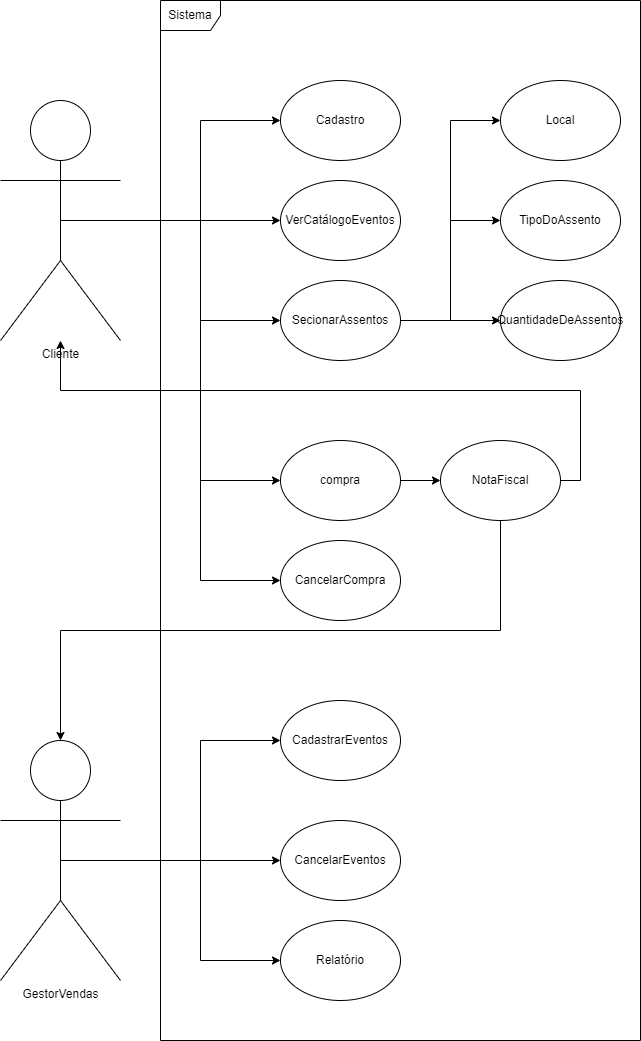
Before: teste.drawio.png, a diagram exported from draw.io (Zaibam/Desenvolvimento-De-Sistemas-1). Source tidied: cells renumbered, new cells last; positions are measured from the earlier drawing's top-left corner, leaving out a move shared by most shapes. The source it was exported from:
```xml
<mxGraphModel>
  <root>
    <mxCell id="0" />
    <mxCell id="1" parent="0" />
    <mxCell id="2" style="edgeStyle=orthogonalEdgeStyle;rounded=0;jettySize=auto;html=1;exitX=0.5;exitY=0.5;exitDx=0;exitDy=0;exitPerimeter=0;entryX=0;entryY=0.5;entryDx=0;entryDy=0;" parent="1" edge="1" source="7" target="11">
      <mxGeometry relative="1" as="geometry" />
    </mxCell>
    <mxCell id="3" style="edgeStyle=orthogonalEdgeStyle;rounded=0;jettySize=auto;html=1;exitX=0.5;exitY=0.5;exitDx=0;exitDy=0;exitPerimeter=0;entryX=0;entryY=0.5;entryDx=0;entryDy=0;" parent="1" edge="1" source="7" target="18">
      <mxGeometry relative="1" as="geometry" />
    </mxCell>
    <mxCell id="4" style="edgeStyle=orthogonalEdgeStyle;rounded=0;jettySize=auto;html=1;exitX=0.5;exitY=0.5;exitDx=0;exitDy=0;exitPerimeter=0;entryX=0;entryY=0.5;entryDx=0;entryDy=0;" parent="1" edge="1" source="7" target="19">
      <mxGeometry relative="1" as="geometry" />
    </mxCell>
    <mxCell id="5" style="edgeStyle=orthogonalEdgeStyle;rounded=0;jettySize=auto;html=1;exitX=0.5;exitY=0.5;exitDx=0;exitDy=0;exitPerimeter=0;" parent="1" edge="1" source="7" target="16">
      <mxGeometry relative="1" as="geometry" />
    </mxCell>
    <mxCell id="6" style="edgeStyle=orthogonalEdgeStyle;rounded=0;jettySize=auto;html=1;exitX=0.5;exitY=0.5;exitDx=0;exitDy=0;exitPerimeter=0;entryX=0;entryY=0.5;entryDx=0;entryDy=0;" parent="1" edge="1" source="7" target="15">
      <mxGeometry relative="1" as="geometry" />
    </mxCell>
    <mxCell id="7" value="Cliente" style="shape=umlActor;verticalLabelPosition=bottom;verticalAlign=top;html=1;outlineConnect=0;" parent="1" vertex="1">
      <mxGeometry y="100" width="120" height="240" as="geometry" />
    </mxCell>
    <mxCell id="8" style="edgeStyle=orthogonalEdgeStyle;rounded=0;jettySize=auto;html=1;exitX=1;exitY=0.5;exitDx=0;exitDy=0;entryX=0;entryY=0.5;entryDx=0;entryDy=0;" parent="1" edge="1" source="11" target="14">
      <mxGeometry relative="1" as="geometry" />
    </mxCell>
    <mxCell id="9" style="edgeStyle=orthogonalEdgeStyle;rounded=0;jettySize=auto;html=1;exitX=1;exitY=0.5;exitDx=0;exitDy=0;entryX=0;entryY=0.5;entryDx=0;entryDy=0;" parent="1" edge="1" source="11" target="12">
      <mxGeometry relative="1" as="geometry" />
    </mxCell>
    <mxCell id="10" style="edgeStyle=orthogonalEdgeStyle;rounded=0;jettySize=auto;html=1;exitX=1;exitY=0.5;exitDx=0;exitDy=0;entryX=0;entryY=0.5;entryDx=0;entryDy=0;" parent="1" edge="1" source="11" target="13">
      <mxGeometry relative="1" as="geometry" />
    </mxCell>
    <mxCell id="11" value="SecionarAssentos" style="ellipse;whiteSpace=wrap;html=1;" parent="1" vertex="1">
      <mxGeometry x="280" y="280" width="120" height="80" as="geometry" />
    </mxCell>
    <mxCell id="12" value="TipoDoAssento" style="ellipse;whiteSpace=wrap;html=1;" parent="1" vertex="1">
      <mxGeometry x="500" y="180" width="120" height="80" as="geometry" />
    </mxCell>
    <mxCell id="13" value="Local" style="ellipse;whiteSpace=wrap;html=1;" parent="1" vertex="1">
      <mxGeometry x="500" y="80" width="120" height="80" as="geometry" />
    </mxCell>
    <mxCell id="14" value="QuantidadeDeAssentos" style="ellipse;whiteSpace=wrap;html=1;" parent="1" vertex="1">
      <mxGeometry x="500" y="280" width="120" height="80" as="geometry" />
    </mxCell>
    <mxCell id="15" value="Cadastro" style="ellipse;whiteSpace=wrap;html=1;" parent="1" vertex="1">
      <mxGeometry x="280" y="80" width="120" height="80" as="geometry" />
    </mxCell>
    <mxCell id="16" value="VerCatálogoEventos" style="ellipse;whiteSpace=wrap;html=1;" parent="1" vertex="1">
      <mxGeometry x="280" y="180" width="120" height="80" as="geometry" />
    </mxCell>
    <mxCell id="17" style="edgeStyle=orthogonalEdgeStyle;rounded=0;jettySize=auto;html=1;exitX=1;exitY=0.5;exitDx=0;exitDy=0;" parent="1" edge="1" source="18" target="21">
      <mxGeometry relative="1" as="geometry" />
    </mxCell>
    <mxCell id="18" value="compra" style="ellipse;whiteSpace=wrap;html=1;" parent="1" vertex="1">
      <mxGeometry x="280" y="440" width="120" height="80" as="geometry" />
    </mxCell>
    <mxCell id="19" value="CancelarCompra" style="ellipse;whiteSpace=wrap;html=1;" parent="1" vertex="1">
      <mxGeometry x="280" y="540" width="120" height="80" as="geometry" />
    </mxCell>
    <mxCell id="20" style="edgeStyle=orthogonalEdgeStyle;rounded=0;jettySize=auto;html=1;exitX=1;exitY=0.5;exitDx=0;exitDy=0;" parent="1" edge="1" source="21" target="7">
      <mxGeometry relative="1" as="geometry" />
    </mxCell>
    <mxCell id="21" value="NotaFiscal" style="ellipse;whiteSpace=wrap;html=1;" parent="1" vertex="1">
      <mxGeometry x="440" y="440" width="120" height="80" as="geometry" />
    </mxCell>
    <mxCell id="22" style="edgeStyle=orthogonalEdgeStyle;rounded=0;jettySize=auto;html=1;exitX=0.5;exitY=0.5;exitDx=0;exitDy=0;exitPerimeter=0;entryX=0;entryY=0.5;entryDx=0;entryDy=0;" parent="1" edge="1" source="25" target="27">
      <mxGeometry relative="1" as="geometry" />
    </mxCell>
    <mxCell id="23" style="edgeStyle=orthogonalEdgeStyle;rounded=0;jettySize=auto;html=1;exitX=0.5;exitY=0.5;exitDx=0;exitDy=0;exitPerimeter=0;entryX=0;entryY=0.5;entryDx=0;entryDy=0;" parent="1" edge="1" source="25" target="28">
      <mxGeometry relative="1" as="geometry" />
    </mxCell>
    <mxCell id="24" style="edgeStyle=orthogonalEdgeStyle;rounded=0;jettySize=auto;html=1;exitX=0.5;exitY=0.5;exitDx=0;exitDy=0;exitPerimeter=0;entryX=0;entryY=0.5;entryDx=0;entryDy=0;" parent="1" edge="1" source="25" target="29">
      <mxGeometry relative="1" as="geometry" />
    </mxCell>
    <mxCell id="25" value="GestorVendas" style="shape=umlActor;verticalLabelPosition=bottom;verticalAlign=top;html=1;outlineConnect=0;" parent="1" vertex="1">
      <mxGeometry y="740" width="120" height="240" as="geometry" />
    </mxCell>
    <mxCell id="26" style="edgeStyle=orthogonalEdgeStyle;rounded=0;jettySize=auto;html=1;exitX=0.5;exitY=1;exitDx=0;exitDy=0;entryX=0.5;entryY=0;entryDx=0;entryDy=0;entryPerimeter=0;" parent="1" edge="1" source="21" target="25">
      <mxGeometry relative="1" as="geometry" />
    </mxCell>
    <mxCell id="27" value="CancelarEventos" style="ellipse;whiteSpace=wrap;html=1;" parent="1" vertex="1">
      <mxGeometry x="280" y="820" width="120" height="80" as="geometry" />
    </mxCell>
    <mxCell id="28" value="CadastrarEventos" style="ellipse;whiteSpace=wrap;html=1;" parent="1" vertex="1">
      <mxGeometry x="280" y="700" width="120" height="80" as="geometry" />
    </mxCell>
    <mxCell id="29" value="Relatório" style="ellipse;whiteSpace=wrap;html=1;" parent="1" vertex="1">
      <mxGeometry x="280" y="920" width="120" height="80" as="geometry" />
    </mxCell>
    <mxCell id="30" value="Sistema" style="shape=umlFrame;whiteSpace=wrap;html=1;" parent="1" vertex="1">
      <mxGeometry x="160" width="480" height="1040" as="geometry" />
    </mxCell>
  </root>
</mxGraphModel>
```
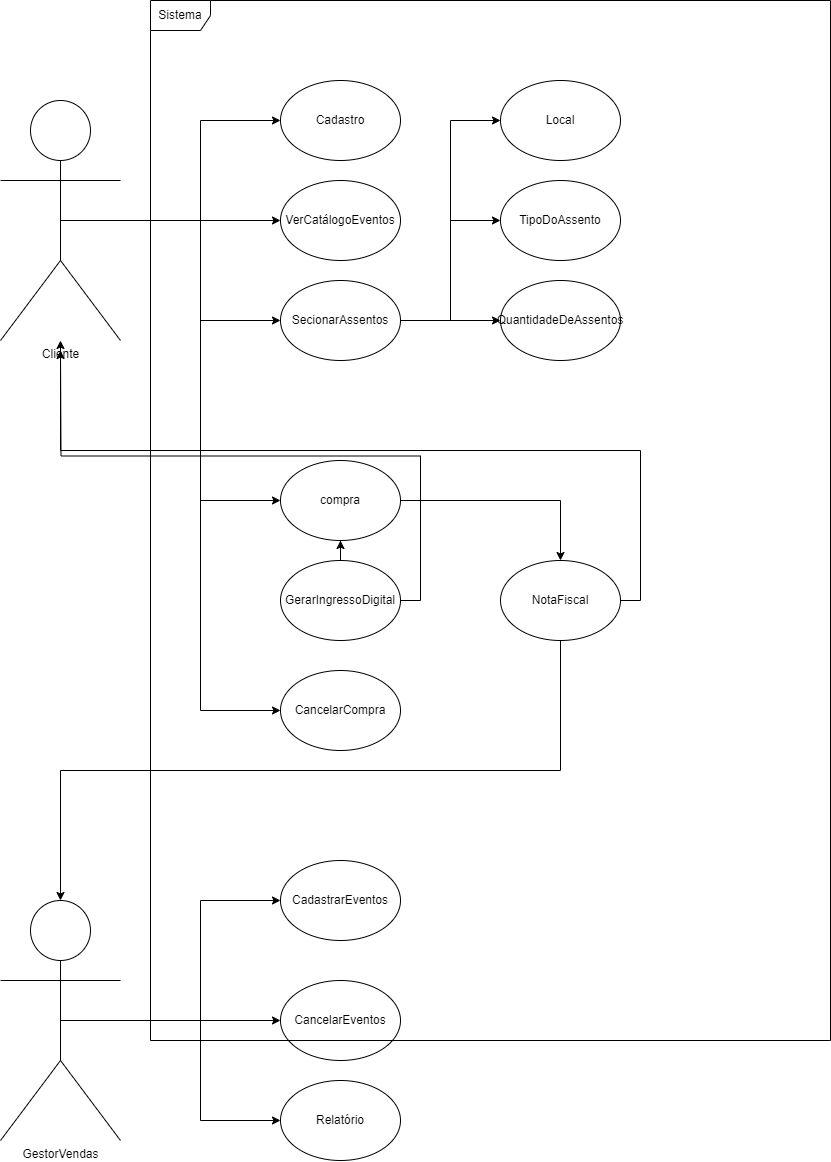
Above is the later version.

What changed in the source:
```diff
@@ -18,7 +18,7 @@
       <mxGeometry relative="1" as="geometry" />
     </mxCell>
     <mxCell id="7" value="Cliente" style="shape=umlActor;verticalLabelPosition=bottom;verticalAlign=top;html=1;outlineConnect=0;" parent="1" vertex="1">
-      <mxGeometry y="100" width="120" height="240" as="geometry" />
+      <mxGeometry y="-20" width="120" height="240" as="geometry" />
     </mxCell>
     <mxCell id="8" style="edgeStyle=orthogonalEdgeStyle;rounded=0;jettySize=auto;html=1;exitX=1;exitY=0.5;exitDx=0;exitDy=0;entryX=0;entryY=0.5;entryDx=0;entryDy=0;" parent="1" edge="1" source="11" target="14">
       <mxGeometry relative="1" as="geometry" />
@@ -30,37 +30,42 @@
       <mxGeometry relative="1" as="geometry" />
     </mxCell>
     <mxCell id="11" value="SecionarAssentos" style="ellipse;whiteSpace=wrap;html=1;" parent="1" vertex="1">
-      <mxGeometry x="280" y="280" width="120" height="80" as="geometry" />
+      <mxGeometry x="280" y="160" width="120" height="80" as="geometry" />
     </mxCell>
     <mxCell id="12" value="TipoDoAssento" style="ellipse;whiteSpace=wrap;html=1;" parent="1" vertex="1">
-      <mxGeometry x="500" y="180" width="120" height="80" as="geometry" />
+      <mxGeometry x="500" y="60" width="120" height="80" as="geometry" />
     </mxCell>
     <mxCell id="13" value="Local" style="ellipse;whiteSpace=wrap;html=1;" parent="1" vertex="1">
-      <mxGeometry x="500" y="80" width="120" height="80" as="geometry" />
+      <mxGeometry x="500" y="-40" width="120" height="80" as="geometry" />
     </mxCell>
     <mxCell id="14" value="QuantidadeDeAssentos" style="ellipse;whiteSpace=wrap;html=1;" parent="1" vertex="1">
-      <mxGeometry x="500" y="280" width="120" height="80" as="geometry" />
+      <mxGeometry x="500" y="160" width="120" height="80" as="geometry" />
     </mxCell>
     <mxCell id="15" value="Cadastro" style="ellipse;whiteSpace=wrap;html=1;" parent="1" vertex="1">
-      <mxGeometry x="280" y="80" width="120" height="80" as="geometry" />
+      <mxGeometry x="280" y="-40" width="120" height="80" as="geometry" />
     </mxCell>
     <mxCell id="16" value="VerCatálogoEventos" style="ellipse;whiteSpace=wrap;html=1;" parent="1" vertex="1">
-      <mxGeometry x="280" y="180" width="120" height="80" as="geometry" />
+      <mxGeometry x="280" y="60" width="120" height="80" as="geometry" />
     </mxCell>
     <mxCell id="17" style="edgeStyle=orthogonalEdgeStyle;rounded=0;jettySize=auto;html=1;exitX=1;exitY=0.5;exitDx=0;exitDy=0;" parent="1" edge="1" source="18" target="21">
       <mxGeometry relative="1" as="geometry" />
     </mxCell>
+    <mxCell id="31" style="edgeStyle=orthogonalEdgeStyle;rounded=0;jettySize=auto;html=1;exitX=0.5;exitY=1;exitDx=0;exitDy=0;entryX=0.5;entryY=0;entryDx=0;entryDy=0;" parent="1" edge="1" source="18">
+      <mxGeometry relative="1" as="geometry">
+        <mxPoint x="340" y="460" as="targetPoint" />
+      </mxGeometry>
+    </mxCell>
     <mxCell id="18" value="compra" style="ellipse;whiteSpace=wrap;html=1;" parent="1" vertex="1">
-      <mxGeometry x="280" y="440" width="120" height="80" as="geometry" />
+      <mxGeometry x="280" y="340" width="120" height="80" as="geometry" />
     </mxCell>
     <mxCell id="19" value="CancelarCompra" style="ellipse;whiteSpace=wrap;html=1;" parent="1" vertex="1">
-      <mxGeometry x="280" y="540" width="120" height="80" as="geometry" />
+      <mxGeometry x="280" y="550" width="120" height="80" as="geometry" />
     </mxCell>
     <mxCell id="20" style="edgeStyle=orthogonalEdgeStyle;rounded=0;jettySize=auto;html=1;exitX=1;exitY=0.5;exitDx=0;exitDy=0;" parent="1" edge="1" source="21" target="7">
       <mxGeometry relative="1" as="geometry" />
     </mxCell>
     <mxCell id="21" value="NotaFiscal" style="ellipse;whiteSpace=wrap;html=1;" parent="1" vertex="1">
-      <mxGeometry x="440" y="440" width="120" height="80" as="geometry" />
+      <mxGeometry x="500" y="440" width="120" height="80" as="geometry" />
     </mxCell>
     <mxCell id="22" style="edgeStyle=orthogonalEdgeStyle;rounded=0;jettySize=auto;html=1;exitX=0.5;exitY=0.5;exitDx=0;exitDy=0;exitPerimeter=0;entryX=0;entryY=0.5;entryDx=0;entryDy=0;" parent="1" edge="1" source="25" target="27">
       <mxGeometry relative="1" as="geometry" />
@@ -72,22 +77,33 @@
       <mxGeometry relative="1" as="geometry" />
     </mxCell>
     <mxCell id="25" value="GestorVendas" style="shape=umlActor;verticalLabelPosition=bottom;verticalAlign=top;html=1;outlineConnect=0;" parent="1" vertex="1">
-      <mxGeometry y="740" width="120" height="240" as="geometry" />
+      <mxGeometry y="780" width="120" height="240" as="geometry" />
     </mxCell>
     <mxCell id="26" style="edgeStyle=orthogonalEdgeStyle;rounded=0;jettySize=auto;html=1;exitX=0.5;exitY=1;exitDx=0;exitDy=0;entryX=0.5;entryY=0;entryDx=0;entryDy=0;entryPerimeter=0;" parent="1" edge="1" source="21" target="25">
       <mxGeometry relative="1" as="geometry" />
     </mxCell>
     <mxCell id="27" value="CancelarEventos" style="ellipse;whiteSpace=wrap;html=1;" parent="1" vertex="1">
-      <mxGeometry x="280" y="820" width="120" height="80" as="geometry" />
+      <mxGeometry x="280" y="860" width="120" height="80" as="geometry" />
     </mxCell>
     <mxCell id="28" value="CadastrarEventos" style="ellipse;whiteSpace=wrap;html=1;" parent="1" vertex="1">
-      <mxGeometry x="280" y="700" width="120" height="80" as="geometry" />
+      <mxGeometry x="280" y="740" width="120" height="80" as="geometry" />
     </mxCell>
     <mxCell id="29" value="Relatório" style="ellipse;whiteSpace=wrap;html=1;" parent="1" vertex="1">
-      <mxGeometry x="280" y="920" width="120" height="80" as="geometry" />
+      <mxGeometry x="280" y="960" width="120" height="80" as="geometry" />
     </mxCell>
     <mxCell id="30" value="Sistema" style="shape=umlFrame;whiteSpace=wrap;html=1;" parent="1" vertex="1">
-      <mxGeometry x="160" width="480" height="1040" as="geometry" />
+      <mxGeometry x="150" y="-120" width="680" height="1040" as="geometry" />
     </mxCell>
+    <mxCell id="32" style="edgeStyle=orthogonalEdgeStyle;rounded=0;jettySize=auto;html=1;exitX=1;exitY=0.5;exitDx=0;exitDy=0;" parent="1" edge="1" source="34">
+      <mxGeometry relative="1" as="geometry">
+        <mxPoint x="60" y="230" as="targetPoint" />
+      </mxGeometry>
+    </mxCell>
+    <mxCell id="33" style="edgeStyle=orthogonalEdgeStyle;rounded=0;jettySize=auto;html=1;" parent="1" edge="1" source="34" target="18">
+      <mxGeometry relative="1" as="geometry" />
+    </mxCell>
+    <mxCell id="34" value="GerarIngressoDigital" style="ellipse;whiteSpace=wrap;html=1;" parent="1" vertex="1">
+      <mxGeometry x="280" y="440" width="120" height="80" as="geometry" />
+    </mxCell>
   </root>
 </mxGraphModel>
```
